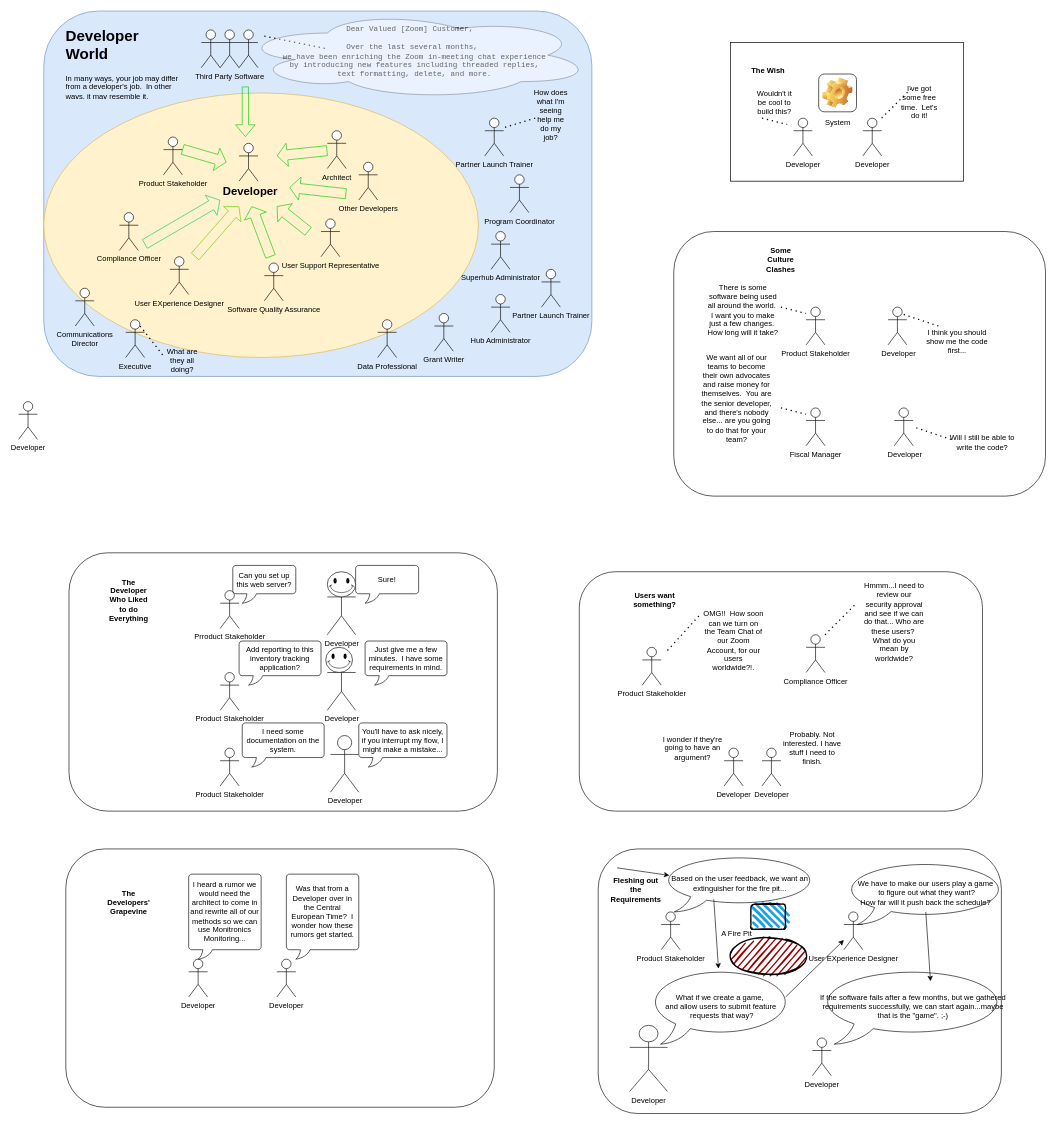
Before: DevelopersOperations.drawio in wardance-ferret/drawio, a draw.io diagram. Source tidied: cells renumbered, new cells numbered last; positions are measured from the earlier drawing's top-left corner, leaving out a move shared by most shapes. Both pictures are drawn from the tidied source at 63%, with x=0, y=0 at pixel (18, 11).
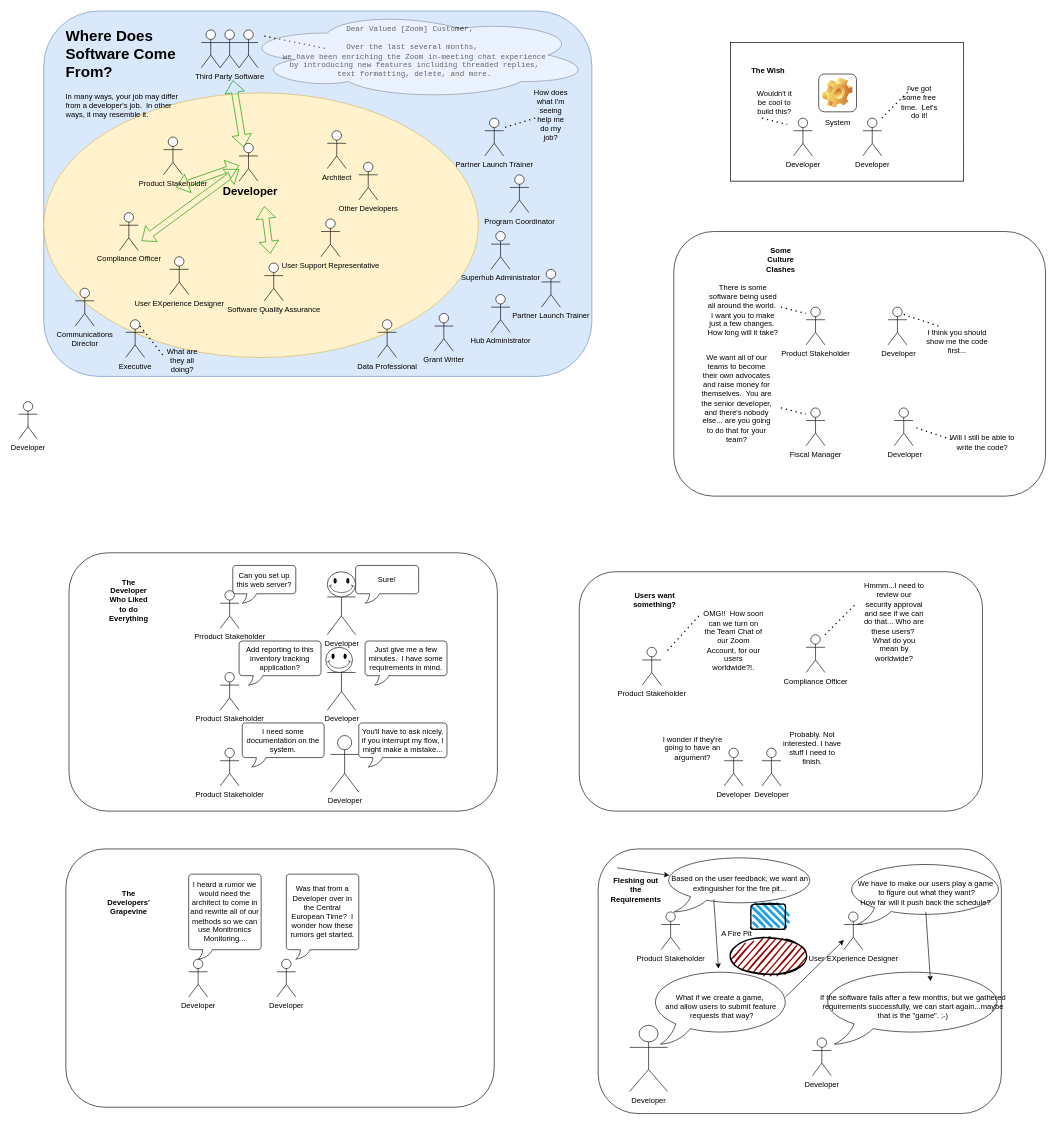
After the change.

Unchanged cells that the change refers to:
```xml
<mxCell id="6" value="&amp;nbsp;Developer" style="shape=umlActor;verticalLabelPosition=bottom;verticalAlign=top;html=1;outlineConnect=0;fontStyle=1;fontSize=18;" parent="1" vertex="1">
  <mxGeometry x="350" y="210" width="30" height="60" as="geometry" />
</mxCell>
<mxCell id="8" value="Architect" style="shape=umlActor;verticalLabelPosition=bottom;verticalAlign=top;html=1;outlineConnect=0;" parent="1" vertex="1">
  <mxGeometry x="490" y="190" width="30" height="60" as="geometry" />
</mxCell>
```

Change to the diagram source:
```diff
@@
-    <mxCell id="9" style="shape=flexArrow;endArrow=classic;html=1;rounded=0;strokeColor=#00CC00;" parent="1" edge="1">
-      <mxGeometry relative="1" as="geometry">
-        <mxPoint x="360" y="120" as="sourcePoint" />
-        <mxPoint x="360" y="200" as="targetPoint" />
-      </mxGeometry>
-    </mxCell>
@@
-    <mxCell id="11" style="shape=flexArrow;endArrow=classic;html=1;rounded=0;width=16;endSize=5;strokeColor=#00CC00;" parent="1" edge="1">
-      <mxGeometry relative="1" as="geometry">
-        <mxPoint x="260" y="219.5" as="sourcePoint" />
-        <mxPoint x="330" y="240" as="targetPoint" />
-      </mxGeometry>
-    </mxCell>
@@
-    <mxCell id="15" style="shape=flexArrow;endArrow=classic;html=1;rounded=0;width=16;endSize=5;fontColor=#000000;strokeColor=#00CC66;" parent="1" edge="1">
-      <mxGeometry relative="1" as="geometry">
-        <mxPoint x="200" y="370" as="sourcePoint" />
-        <mxPoint x="320" y="300" as="targetPoint" />
-      </mxGeometry>
-    </mxCell>
-    <mxCell id="16" style="shape=flexArrow;endArrow=classic;html=1;rounded=0;width=16;endSize=5;strokeColor=#00CC00;" parent="1" edge="1" source="8">
-      <mxGeometry relative="1" as="geometry">
-        <mxPoint x="410" y="230" as="targetPoint" />
-      </mxGeometry>
-    </mxCell>
-    <mxCell id="17" style="shape=flexArrow;endArrow=classic;html=1;rounded=0;width=16;endSize=5;strokeColor=#00CC00;" parent="1" edge="1">
-      <mxGeometry relative="1" as="geometry">
-        <mxPoint x="460" y="350" as="sourcePoint" />
-        <mxPoint x="410" y="310" as="targetPoint" />
-      </mxGeometry>
-    </mxCell>
@@
-    <mxCell id="19" value="&lt;h1&gt;Developer World&lt;br&gt;&lt;/h1&gt;&lt;p&gt;In many ways, your job may differ from a developer's job.&amp;nbsp; In other ways, it may resemble it.&lt;br&gt;&lt;/p&gt;" style="text;html=1;strokeColor=none;fillColor=none;spacing=5;spacingTop=-20;whiteSpace=wrap;overflow=hidden;rounded=0;" parent="1" vertex="1">
-      <mxGeometry x="70" y="20" width="190" height="120" as="geometry" />
+    <mxCell id="19" value="&lt;h1&gt;Where Does Software Come From?&lt;br&gt;&lt;/h1&gt;&lt;p&gt;In many ways, your job may differ from a developer's job.&amp;nbsp; In other ways, it may resemble it.&lt;br&gt;&lt;/p&gt;" style="text;html=1;strokeColor=none;fillColor=none;spacing=5;spacingTop=-20;whiteSpace=wrap;overflow=hidden;rounded=0;" parent="1" vertex="1">
+      <mxGeometry x="70" y="20" width="190" height="160" as="geometry" />
     </mxCell>
@@
-    <mxCell id="22" style="shape=flexArrow;endArrow=classic;html=1;rounded=0;width=16;endSize=5;strokeColor=#66CC00;" parent="1" edge="1">
-      <mxGeometry relative="1" as="geometry">
-        <mxPoint x="280" y="390" as="sourcePoint" />
-        <mxPoint x="350" y="310" as="targetPoint" />
-      </mxGeometry>
-    </mxCell>
-    <mxCell id="23" style="shape=flexArrow;endArrow=classic;html=1;rounded=0;width=16;endSize=5;strokeColor=#00CC00;" parent="1" edge="1">
-      <mxGeometry relative="1" as="geometry">
-        <mxPoint x="400" y="390" as="sourcePoint" />
-        <mxPoint x="370" y="310" as="targetPoint" />
-      </mxGeometry>
-    </mxCell>
@@
-    <mxCell id="35" style="shape=flexArrow;endArrow=classic;html=1;rounded=0;width=16;endSize=5;strokeColor=#00CC00;" parent="1" edge="1">
-      <mxGeometry relative="1" as="geometry">
-        <mxPoint x="520" y="290" as="sourcePoint" />
-        <mxPoint x="430" y="280" as="targetPoint" />
-      </mxGeometry>
-    </mxCell>
@@
+    <mxCell id="117" style="shape=flexArrow;endArrow=classic;startArrow=classic;html=1;rounded=0;strokeColor=#009900;" parent="1" edge="1">
+      <mxGeometry relative="1" as="geometry">
+        <mxPoint x="399.8" y="385" as="sourcePoint" />
+        <mxPoint x="390" y="310" as="targetPoint" />
+      </mxGeometry>
+    </mxCell>
+    <mxCell id="118" style="shape=flexArrow;endArrow=classic;startArrow=classic;html=1;rounded=0;strokeColor=#009900;entryX=0.551;entryY=0.381;entryDx=0;entryDy=0;entryPerimeter=0;exitX=0.25;exitY=0.1;exitDx=0;exitDy=0;exitPerimeter=0;" parent="1" edge="1" source="6">
+      <mxGeometry relative="1" as="geometry">
+        <mxPoint x="340" y="110" as="targetPoint" />
+      </mxGeometry>
+    </mxCell>
+    <mxCell id="119" style="shape=flexArrow;endArrow=classic;startArrow=classic;html=1;rounded=0;strokeColor=#009900;entryX=0.551;entryY=0.381;entryDx=0;entryDy=0;entryPerimeter=0;" parent="1" edge="1" source="6">
+      <mxGeometry relative="1" as="geometry">
+        <mxPoint x="250.2" y="280" as="targetPoint" />
+      </mxGeometry>
+    </mxCell>
+    <mxCell id="120" style="shape=flexArrow;endArrow=classic;startArrow=classic;html=1;rounded=0;strokeColor=#009900;entryX=0.551;entryY=0.381;entryDx=0;entryDy=0;entryPerimeter=0;startWidth=19;startSize=6.38;" parent="1" edge="1" source="6">
+      <mxGeometry relative="1" as="geometry">
+        <mxPoint x="195.1" y="365" as="targetPoint" />
+      </mxGeometry>
+    </mxCell>
```
